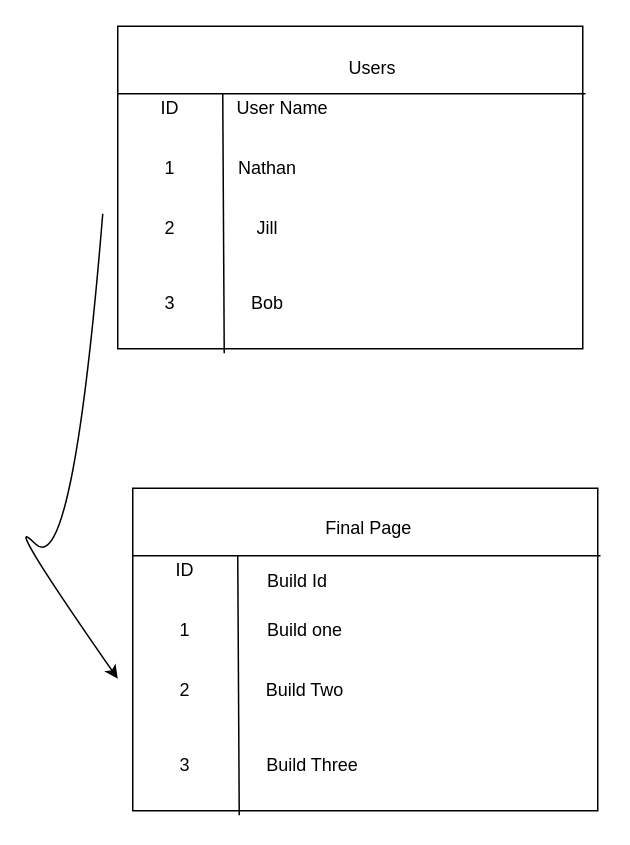
Above: Untitled Diagram.drawio in nathan-mclauchlan/Nates-PC-Picker (draw.io), before the change. Source tidied: cells renumbered, new cells numbered last; positions are measured from the earlier drawing's top-left corner, leaving out a move shared by most shapes. Both pictures are drawn from the tidied source at 150%, with x=0, y=0 at pixel (-3, 26).
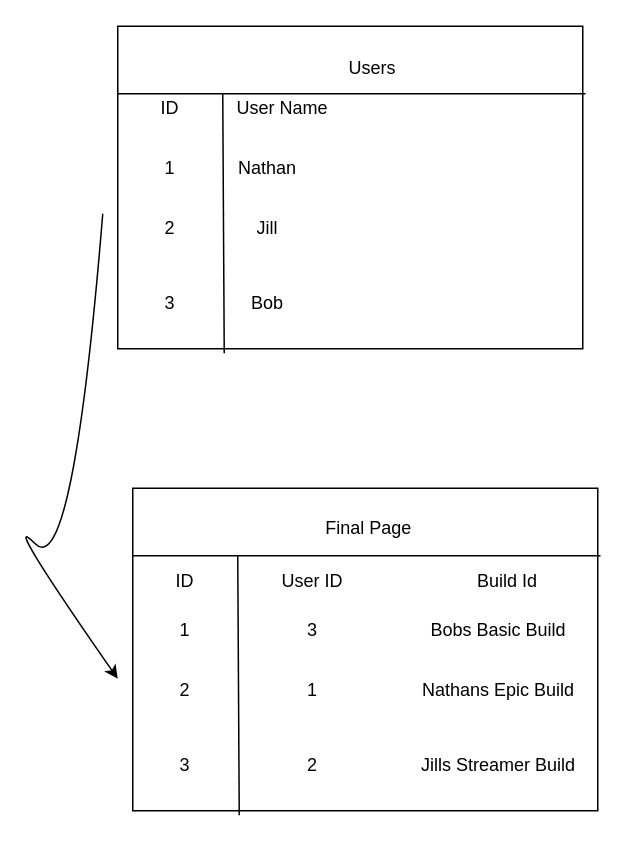
After the change.

What changed in the source:
```diff
@@
     <mxCell id="15" value="ID" style="text;html=1;strokeColor=none;fillColor=none;align=center;verticalAlign=middle;whiteSpace=wrap;rounded=0;" parent="1" vertex="1">
-      <mxGeometry x="105" y="353" width="40" height="20" as="geometry" />
+      <mxGeometry x="105" y="360" width="40" height="20" as="geometry" />
     </mxCell>
@@
-    <mxCell id="21" value="Build one" style="text;html=1;strokeColor=none;fillColor=none;align=center;verticalAlign=middle;whiteSpace=wrap;rounded=0;" parent="1" vertex="1">
-      <mxGeometry x="170" y="393" width="70" height="20" as="geometry" />
+    <mxCell id="21" value="Bobs Basic Build" style="text;html=1;strokeColor=none;fillColor=none;align=center;verticalAlign=middle;whiteSpace=wrap;rounded=0;" parent="1" vertex="1">
+      <mxGeometry x="284" y="393" width="100" height="20" as="geometry" />
     </mxCell>
-    <mxCell id="22" value="Build Two" style="text;html=1;strokeColor=none;fillColor=none;align=center;verticalAlign=middle;whiteSpace=wrap;rounded=0;" parent="1" vertex="1">
-      <mxGeometry x="170" y="433" width="70" height="20" as="geometry" />
+    <mxCell id="22" value="Nathans Epic Build" style="text;html=1;strokeColor=none;fillColor=none;align=center;verticalAlign=middle;whiteSpace=wrap;rounded=0;" parent="1" vertex="1">
+      <mxGeometry x="269" y="433" width="130" height="20" as="geometry" />
     </mxCell>
-    <mxCell id="23" value="Build Three" style="text;html=1;strokeColor=none;fillColor=none;align=center;verticalAlign=middle;whiteSpace=wrap;rounded=0;" parent="1" vertex="1">
-      <mxGeometry x="170" y="483" width="80" height="20" as="geometry" />
+    <mxCell id="23" value="Jills Streamer Build" style="text;html=1;strokeColor=none;fillColor=none;align=center;verticalAlign=middle;whiteSpace=wrap;rounded=0;" parent="1" vertex="1">
+      <mxGeometry x="274" y="483" width="120" height="20" as="geometry" />
     </mxCell>
@@
     <mxCell id="25" value="Build Id" style="text;html=1;strokeColor=none;fillColor=none;align=center;verticalAlign=middle;whiteSpace=wrap;rounded=0;" parent="1" vertex="1">
-      <mxGeometry x="170" y="360" width="60" height="20" as="geometry" />
+      <mxGeometry x="310" y="360" width="60" height="20" as="geometry" />
     </mxCell>
@@
+    <mxCell id="27" value="User ID" style="text;html=1;strokeColor=none;fillColor=none;align=center;verticalAlign=middle;whiteSpace=wrap;rounded=0;" parent="1" vertex="1">
+      <mxGeometry x="180" y="360" width="60" height="20" as="geometry" />
+    </mxCell>
+    <mxCell id="28" value="3" style="text;html=1;strokeColor=none;fillColor=none;align=center;verticalAlign=middle;whiteSpace=wrap;rounded=0;" parent="1" vertex="1">
+      <mxGeometry x="190" y="393" width="40" height="20" as="geometry" />
+    </mxCell>
+    <mxCell id="29" value="1" style="text;html=1;strokeColor=none;fillColor=none;align=center;verticalAlign=middle;whiteSpace=wrap;rounded=0;" parent="1" vertex="1">
+      <mxGeometry x="190" y="433" width="40" height="20" as="geometry" />
+    </mxCell>
+    <mxCell id="30" value="2" style="text;html=1;strokeColor=none;fillColor=none;align=center;verticalAlign=middle;whiteSpace=wrap;rounded=0;" parent="1" vertex="1">
+      <mxGeometry x="190" y="483" width="40" height="20" as="geometry" />
+    </mxCell>
```
